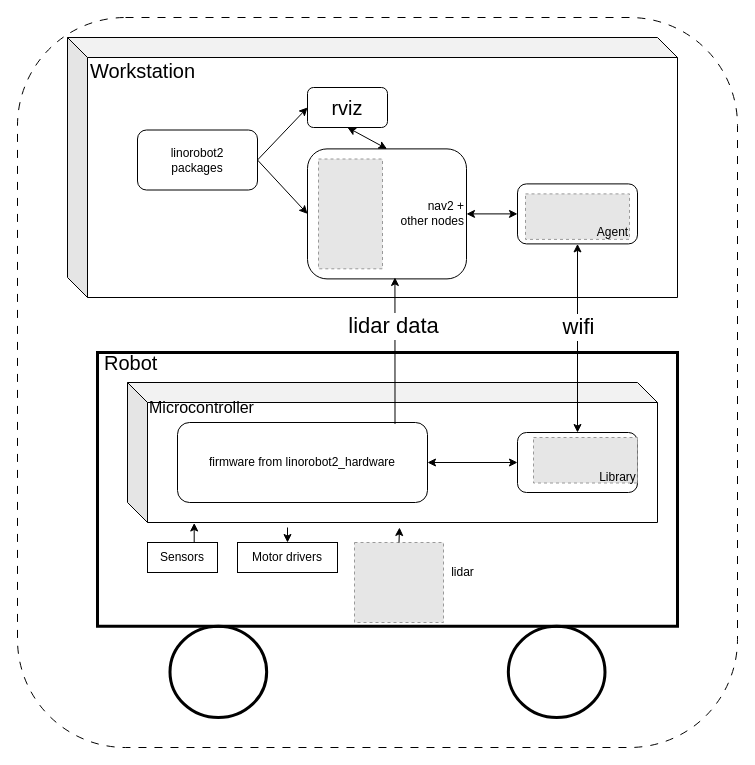
Above: assets/robot_wifi_config.drawio in PaulBouchier/linorobot2 (draw.io), before the change. Source tidied: cells renumbered, new cells numbered last; positions are measured from the earlier drawing's top-left corner, leaving out a move shared by most shapes. Both pictures are drawn from the tidied source at 100%, with x=0, y=0 at pixel (17, 17). Pictures stored in the file or linked from it are replaced by grey dashed boxes.
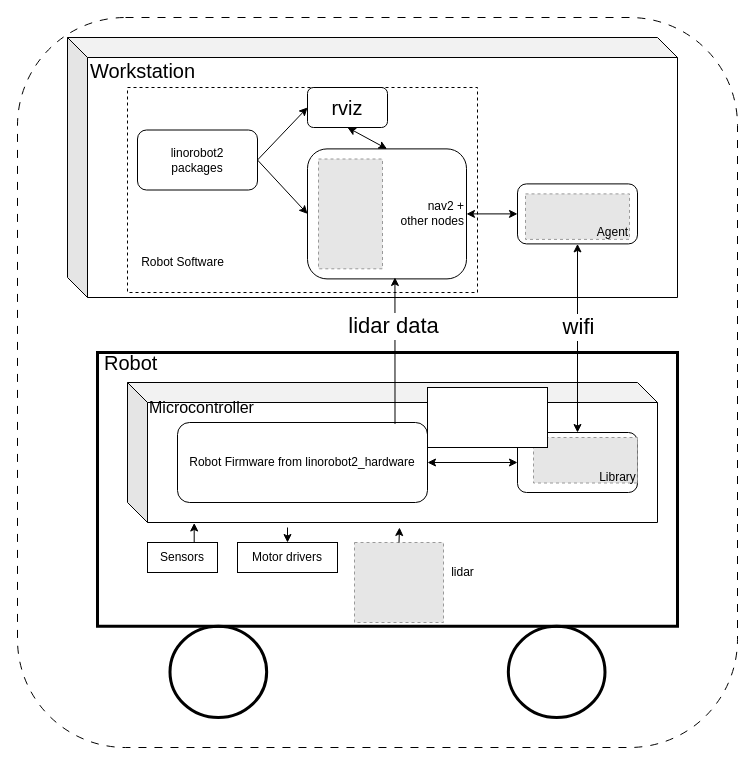
The same page after the edit.

What changed in the source:
```diff
@@
-    <mxCell id="16" value="firmware from linorobot2_hardware" style="rounded=1;whiteSpace=wrap;html=1;" parent="1" vertex="1">
+    <mxCell id="16" value="Robot Firmware from linorobot2_hardware" style="rounded=1;whiteSpace=wrap;html=1;" parent="1" vertex="1">
       <mxGeometry x="160" y="405" width="250" height="80" as="geometry" />
     </mxCell>
@@
+    <mxCell id="39" style="rounded=0;whiteSpace=wrap;html=1;" parent="1" vertex="1">
+      <mxGeometry x="410" y="370" width="120" height="60" as="geometry" />
+    </mxCell>
+    <mxCell id="40" style="rounded=0;whiteSpace=wrap;html=1;fillColor=none;dashed=1;" parent="1" vertex="1">
+      <mxGeometry x="110" y="70" width="350" height="205" as="geometry" />
+    </mxCell>
+    <mxCell id="41" value="Robot Software" style="text;html=1;align=center;verticalAlign=middle;strokeColor=none;fillColor=none;" parent="1" vertex="1">
+      <mxGeometry x="110" y="230" width="110" height="30" as="geometry" />
+    </mxCell>
```
